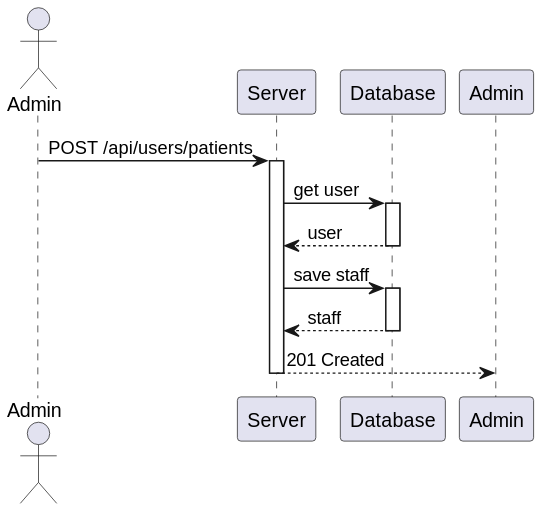
The PlantUML diagram docs/sprint-a/us-5.1.12/views/level3/process-view.svg in 1220846/sem5pi-24-25-3ddg20, before a commit.
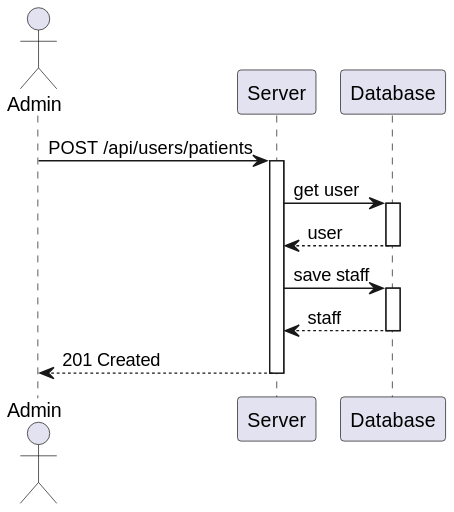
After the commit.

Diff of the diagram source:
```diff
@@ -12,6 +12,6 @@
     activate Database
         Database --> Server : staff
     deactivate Database
-    Server --> Admin : 201 Created
+    Server --> Adm : 201 Created
 deactivate Server
 @enduml
```
